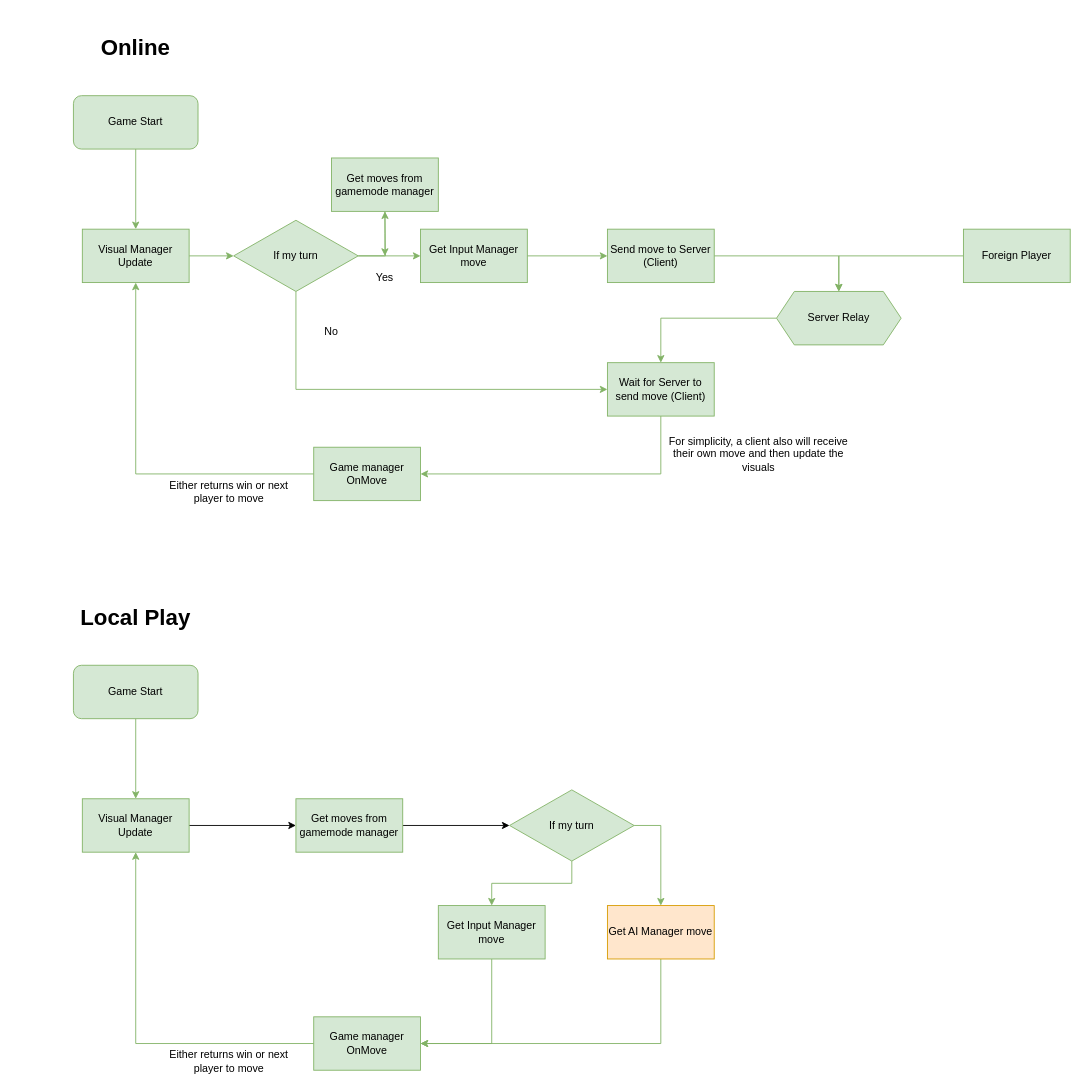
Before: page "Game Flow" (5 of 5) of Docs/Plan Diagram (open with www.draw.io).drawio in Robert-M-Lucas/NEA, a draw.io diagram. Source tidied: cells renumbered, new cells numbered last; positions are measured from the earlier drawing's top-left corner, leaving out a move shared by most shapes. Both pictures are drawn from the tidied source at 89%, with x=0, y=0 at pixel (15, 15).
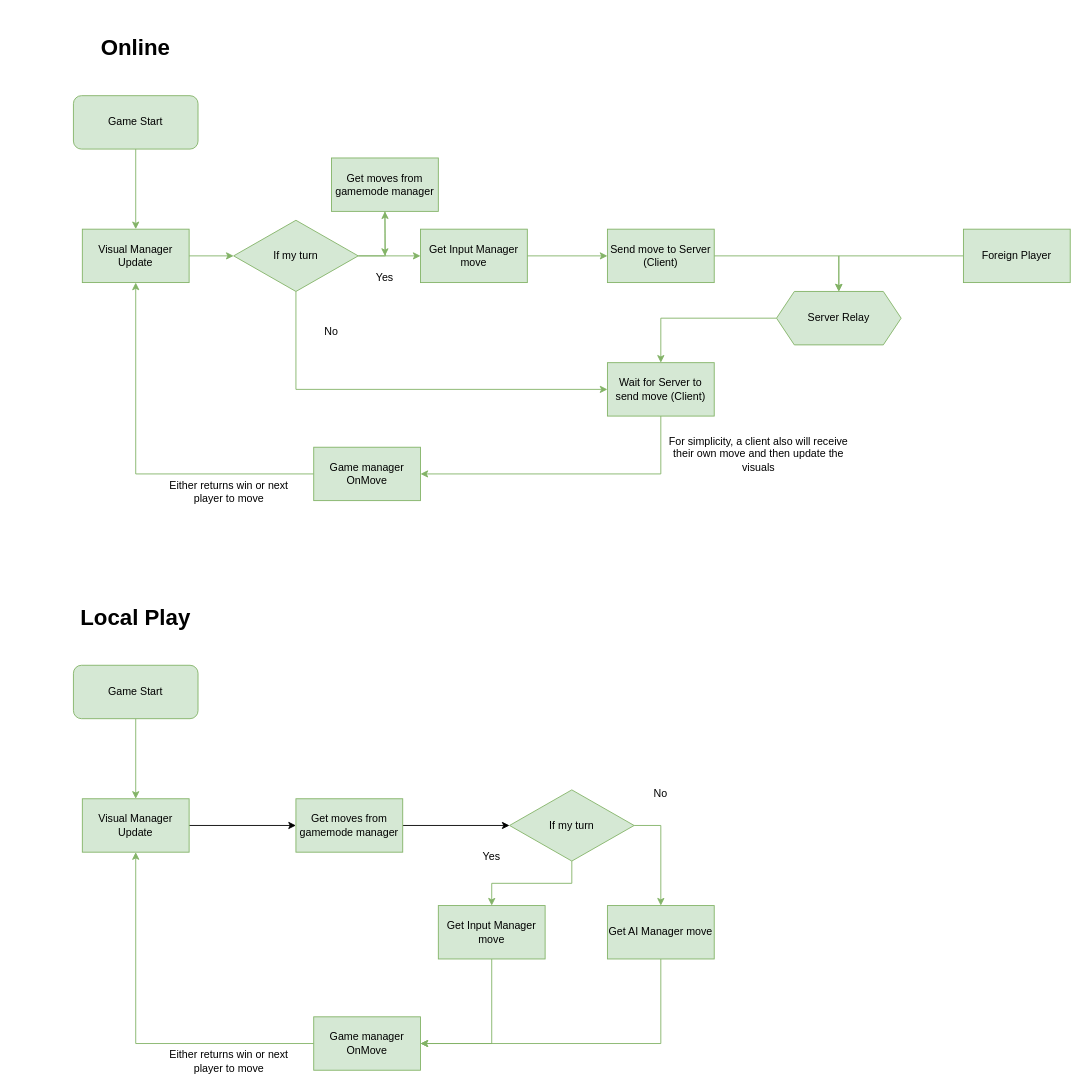
The same page after the edit.

Diff of the diagram source:
```diff
@@
-    <mxCell id="45" value="Get AI Manager move" style="rounded=0;whiteSpace=wrap;html=1;fillColor=#ffe6cc;strokeColor=#d79b00;" parent="1" vertex="1">
+    <mxCell id="45" value="Get AI Manager move" style="rounded=0;whiteSpace=wrap;html=1;fillColor=#d5e8d4;strokeColor=#82b366;" parent="1" vertex="1">
       <mxGeometry x="665" y="1000" width="120" height="60" as="geometry" />
     </mxCell>
+    <mxCell id="46" value="Yes" style="text;html=1;align=center;verticalAlign=middle;whiteSpace=wrap;rounded=0;" parent="1" vertex="1">
+      <mxGeometry x="505" y="930" width="60" height="30" as="geometry" />
+    </mxCell>
+    <mxCell id="47" value="No" style="text;html=1;align=center;verticalAlign=middle;whiteSpace=wrap;rounded=0;" parent="1" vertex="1">
+      <mxGeometry x="695" y="860" width="60" height="30" as="geometry" />
+    </mxCell>
```
